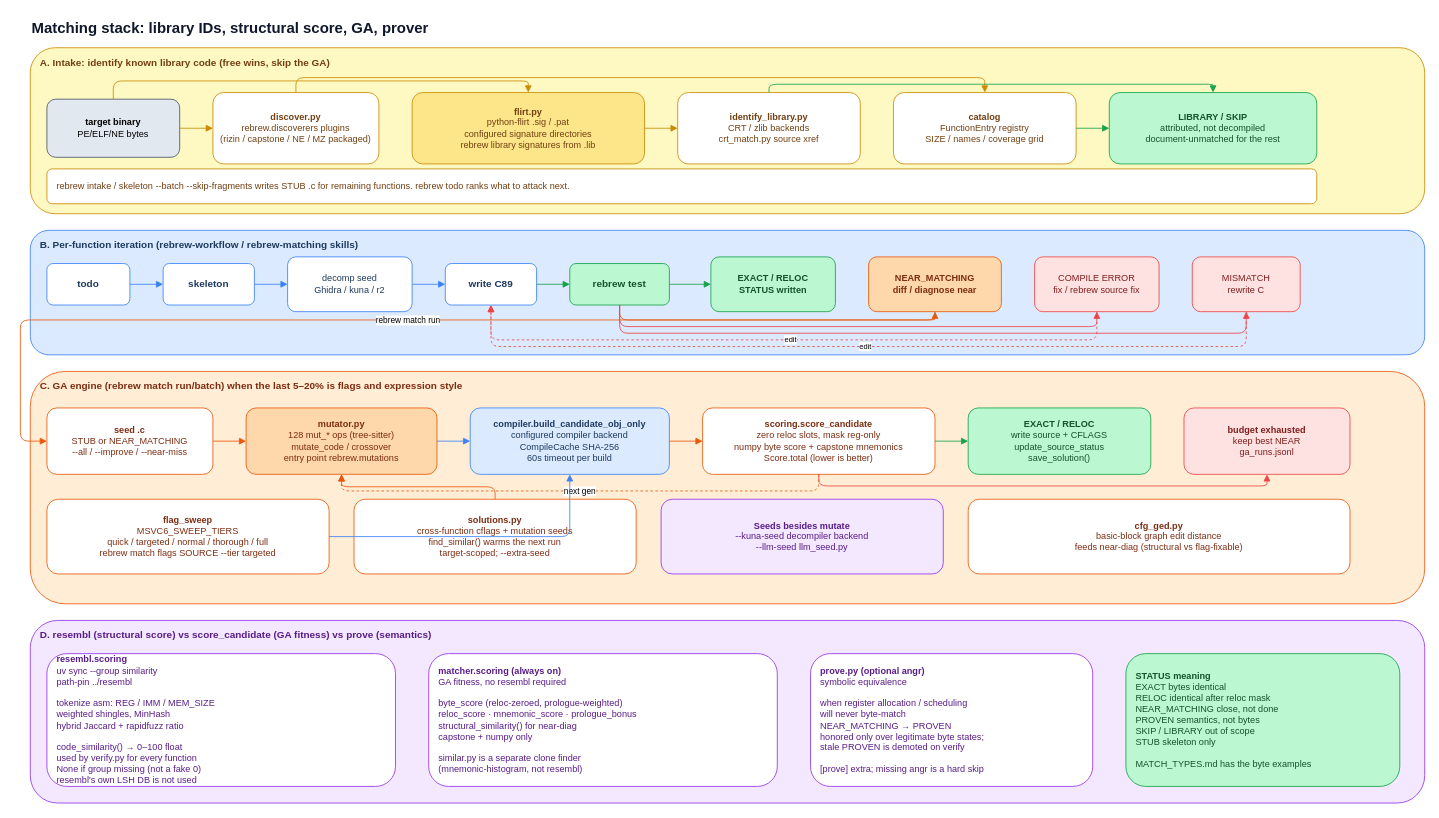
maci0/rebrew keeps this draw.io diagram as page "4. FLIRT, resembl, GA" (4 of 6) of docs/architecture.drawio. Above is the earlier version. Source tidied: cells renumbered, new cells numbered last; positions are measured from the earlier drawing's top-left corner, leaving out a move shared by most shapes. Both pictures are drawn from the tidied source at 83%, with x=0, y=0 at pixel (20, 14).
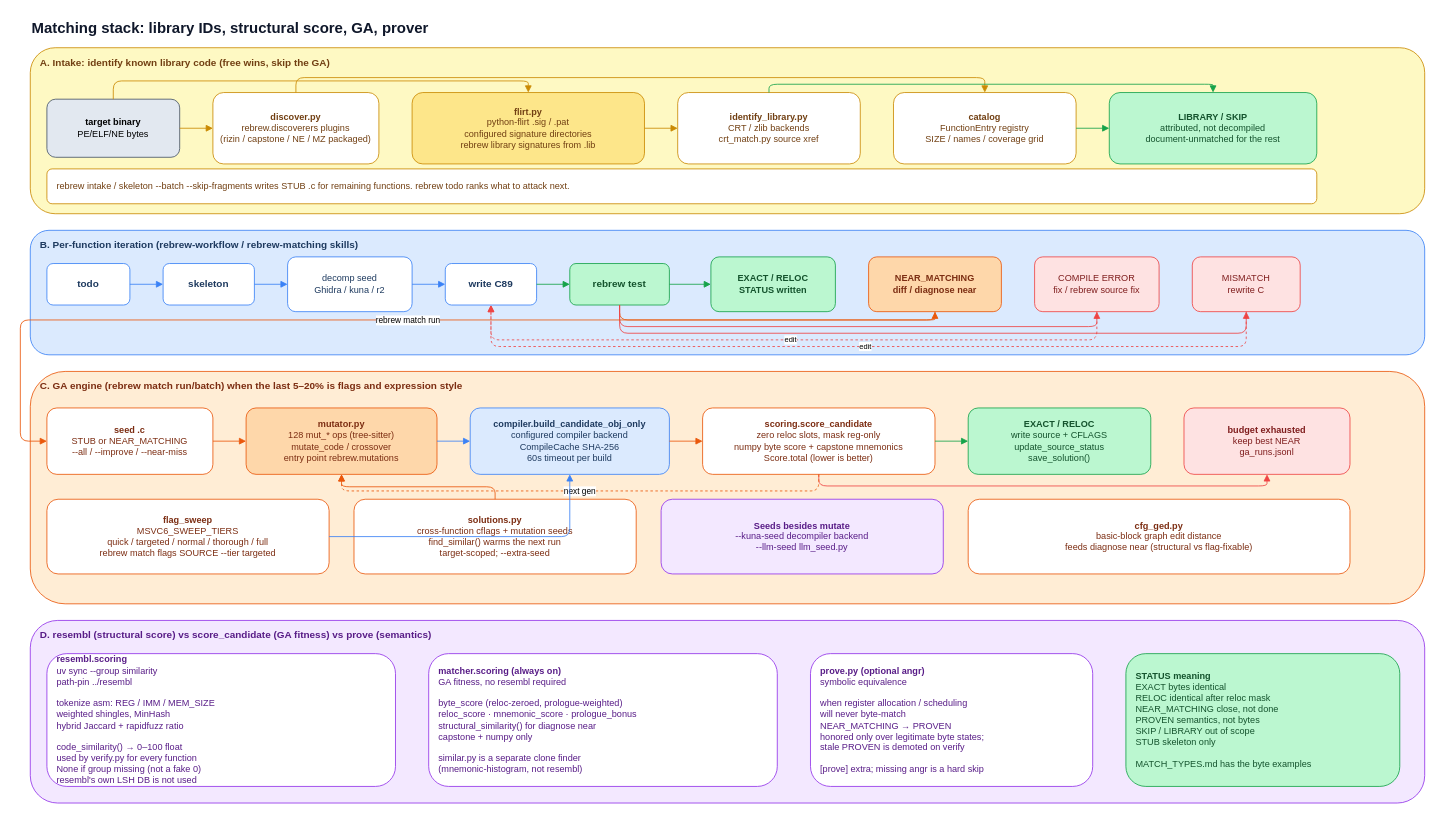
The same diagram, later.

Change to the diagram source:
```diff
@@
-    <mxCell id="47" value="&lt;b&gt;cfg_ged.py&lt;/b&gt;&lt;br&gt;basic-block graph edit distance&lt;br&gt;feeds near-diag (structural vs flag-fixable)" style="rounded=1;whiteSpace=wrap;html=1;fillColor=#ffffff;strokeColor=#ea580c;fontColor=#7c2d12;align=center;fontSize=11;" parent="1" vertex="1">
+    <mxCell id="47" value="&lt;b&gt;cfg_ged.py&lt;/b&gt;&lt;br&gt;basic-block graph edit distance&lt;br&gt;feeds diagnose near (structural vs flag-fixable)" style="rounded=1;whiteSpace=wrap;html=1;fillColor=#ffffff;strokeColor=#ea580c;fontColor=#7c2d12;align=center;fontSize=11;" parent="1" vertex="1">
       <mxGeometry x="1142" y="584" width="460" height="90" as="geometry" />
     </mxCell>
@@
-    <mxCell id="59" value="&lt;b&gt;matcher.scoring (always on)&lt;/b&gt;&lt;br&gt;GA fitness, no resembl required&lt;br&gt;&lt;br&gt;byte_score (reloc-zeroed, prologue-weighted)&lt;br&gt;reloc_score · mnemonic_score · prologue_bonus&lt;br&gt;structural_similarity() for near-diag&lt;br&gt;capstone + numpy only&lt;br&gt;&lt;br&gt;similar.py is a separate clone finder&lt;br&gt;(mnemonic-histogram, not resembl)" style="rounded=1;whiteSpace=wrap;html=1;fillColor=#ffffff;strokeColor=#9333ea;fontColor=#581c87;align=left;spacingLeft=10;fontSize=11;" parent="1" vertex="1">
+    <mxCell id="59" value="&lt;b&gt;matcher.scoring (always on)&lt;/b&gt;&lt;br&gt;GA fitness, no resembl required&lt;br&gt;&lt;br&gt;byte_score (reloc-zeroed, prologue-weighted)&lt;br&gt;reloc_score · mnemonic_score · prologue_bonus&lt;br&gt;structural_similarity() for diagnose near&lt;br&gt;capstone + numpy only&lt;br&gt;&lt;br&gt;similar.py is a separate clone finder&lt;br&gt;(mnemonic-histogram, not resembl)" style="rounded=1;whiteSpace=wrap;html=1;fillColor=#ffffff;strokeColor=#9333ea;fontColor=#581c87;align=left;spacingLeft=10;fontSize=11;" parent="1" vertex="1">
       <mxGeometry x="492" y="770" width="420" height="160" as="geometry" />
     </mxCell>
```
